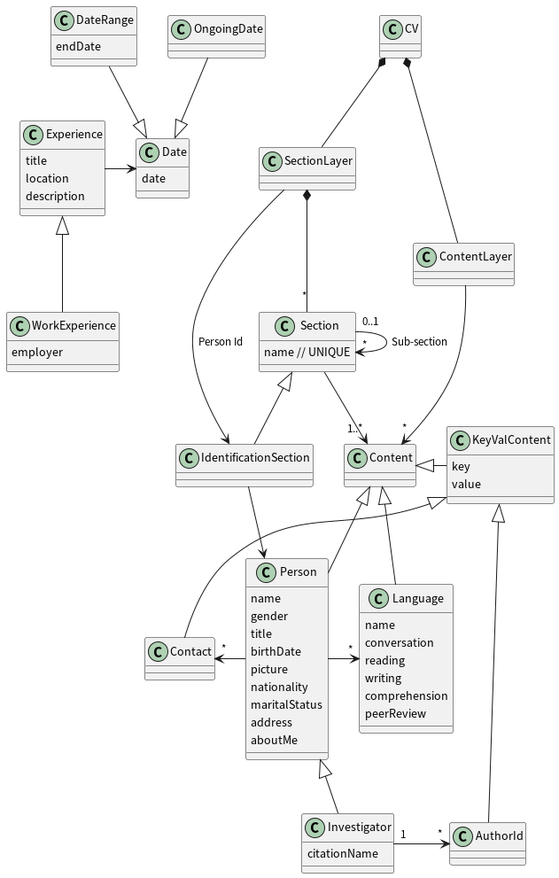
This is uml.png from JoaoCostaIFG/tacs, a PlantUML export, as it was before one commit.
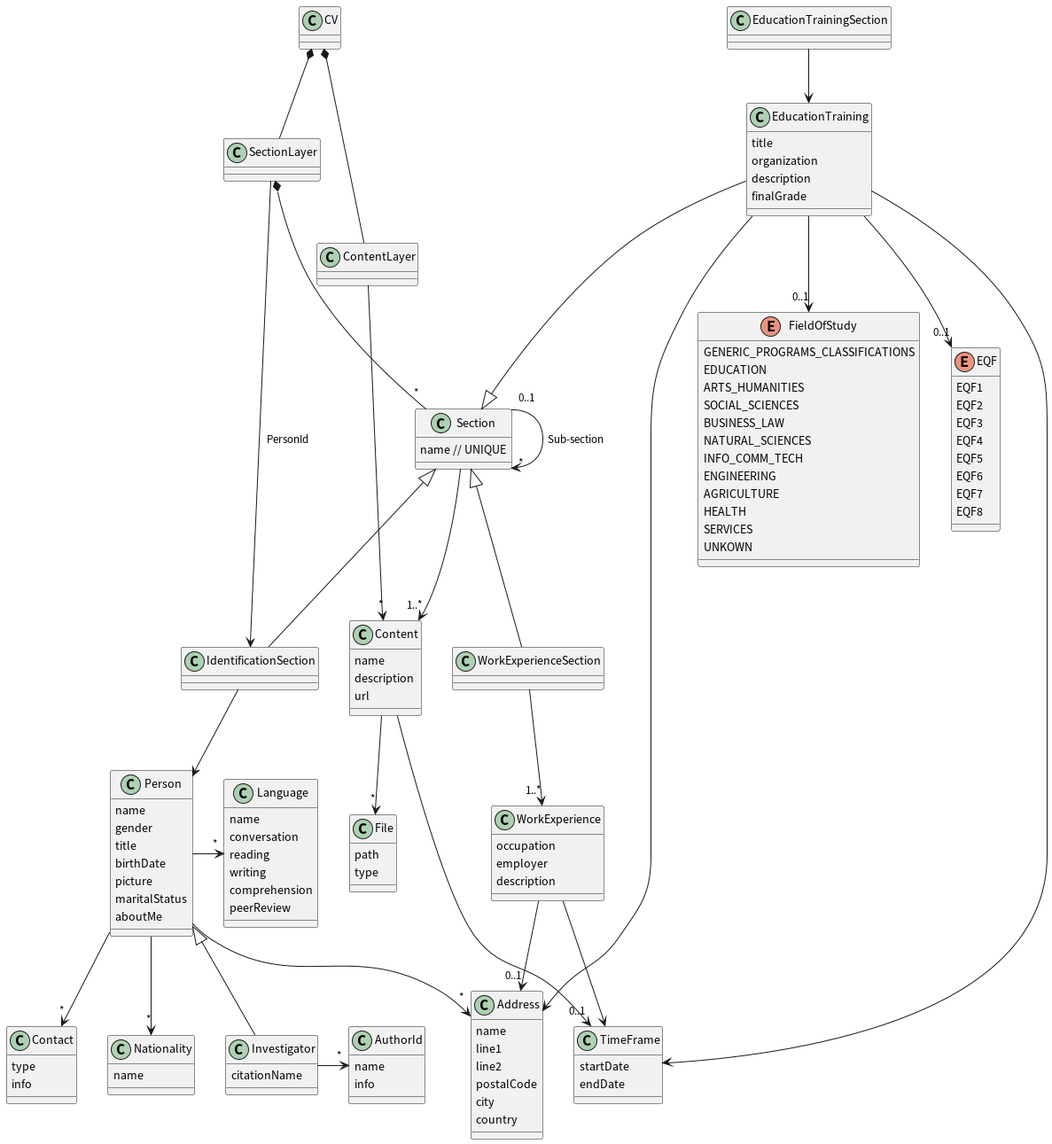
The same diagram one commit later.

Commit message:
Mais cousas

The edit, as a diff of the source:
```diff
@@ -4,11 +4,15 @@
 
 class ContentLayer {}
 
-class Content {}
+class Content {
+  name
+  description
+  url
+}
 
-class KeyValContent {
-  key
-  value
+class File {
+  path
+  type
 }
 
 class SectionLayer {}
@@ -17,9 +21,13 @@
   name // UNIQUE
 }
 
+
 class IdentificationSection {}
 
-class Contact {}
+class Contact {
+  type
+  info
+}
 
 class Language {
   name
@@ -36,46 +44,94 @@
   title
   birthDate
   picture
-  nationality
   maritalStatus
-  address
   aboutMe
+}
+
+class Address {
+  name
+  line1
+  line2
+  postalCode
+  city
+  country
+}
+
+class Nationality {
+  name
 }
 
 class Investigator {
   citationName
 }
 
-class AuthorId {}
+class AuthorId {
+  name
+  info
+}
 
-class Experience {
-  title
-  location
+
+
+class WorkExperienceSection {
+}
+
+class WorkExperience {
+  occupation
+  employer
   description
 }
 
-class Date {
-  date
-}
-
-class DateRange {
+class TimeFrame {
+  startDate
   endDate
 }
 
-class OngoingDate {
+
+class EducationTrainingSection {
 }
 
-class WorkExperience {
-  employer
+class EducationTraining {
+  title
+  organization
+  description
+  finalGrade
 }
+
+enum FieldOfStudy {
+  GENERIC_PROGRAMS_CLASSIFICATIONS /' generic programs and classifications '/
+  EDUCATION /' Education '/
+  ARTS_HUMANITIES /' Arts and humanities '/
+  SOCIAL_SCIENCES /' Social sciences, journalism and information '/
+  BUSINESS_LAW /' Business, administration and law '/
+  NATURAL_SCIENCES /' Natural sciences, mathematics and statistics '/
+  INFO_COMM_TECH /' Information and Communication Technologies '/
+  ENGINEERING /' Engineering, manufacturing and construction '/
+  AGRICULTURE /' Agriculture, forestry, fisheries and veterinary '/
+  HEALTH /' Health and welfare '/
+  SERVICES /' Services '/
+  UNKOWN /' Field unknown '/
+}
+
+enum EQF {
+  EQF1
+  EQF2
+  EQF3
+  EQF4
+  EQF5
+  EQF6
+  EQF7
+  EQF8
+}
+
 
 ContentLayer -u-* CV
 SectionLayer -u-* CV
 
 ContentLayer -d-> "*" Content
-KeyValContent -l-|> Content
+Content --> "0..1" TimeFrame
+Content --> "*" File
 
-SectionLayer --> IdentificationSection : "Person Id"
+SectionLayer --> IdentificationSection : "PersonId"
 Section --> "1..*" Content
 Section "*" -u-* SectionLayer
 Section "0..1" -d-> "*" Section : "Sub-section"
@@ -83,19 +139,24 @@
 IdentificationSection -u-|> Section
 IdentificationSection --> Person
 
-Person -u-|> Content
-Contact -u-|> KeyValContent
-Person -l-> "*" Contact
-Language -u-|> Content
+Person --> "*" Contact
+Person --> "*" Nationality
+Person --> "*" Address
 Person -r-> "*" Language
 
 Investigator -u-|> Person
-AuthorId -u-|> KeyValContent
-Investigator "1" -r-> "*" AuthorId
+Investigator -r-> "*" AuthorId
 
-Experience -r-> Date
-DateRange -d-|> Date
-OngoingDate -d-|> Date
-WorkExperience -u-|> Experience
+WorkExperienceSection -u-|> Section
+WorkExperienceSection -d-> "1..*" WorkExperience
+WorkExperience --> "0..1" Address
+WorkExperience --> TimeFrame
+
+EducationTraining --|> Section
+EducationTrainingSection --> EducationTraining
+EducationTraining --> Address
+EducationTraining --> TimeFrame
+EducationTraining --> "0..1" FieldOfStudy
+EducationTraining --> "0..1" EQF
 
 @enduml
```
